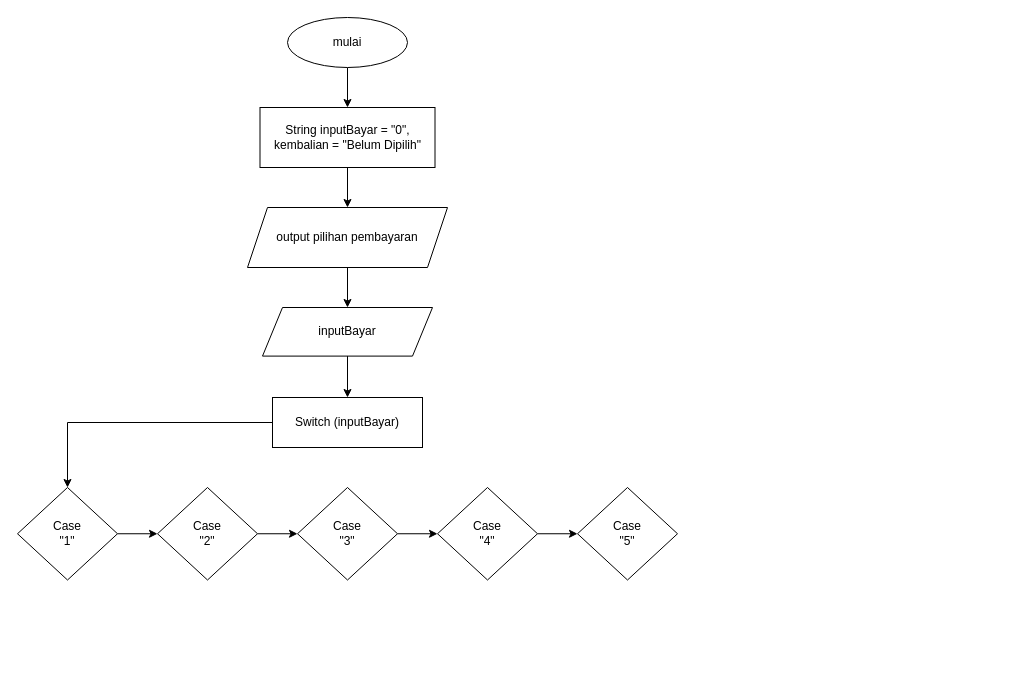
The draw.io diagram page "bayar" (4 of 4) of fiturBarang().drawio in Diaputr/tugas-besar, before the edit. Source tidied: cells renumbered, new cells numbered last; positions are measured from the earlier drawing's top-left corner, leaving out a move shared by most shapes. Both pictures are drawn from the tidied source at 100%, with x=0, y=0 at pixel (17, 17).
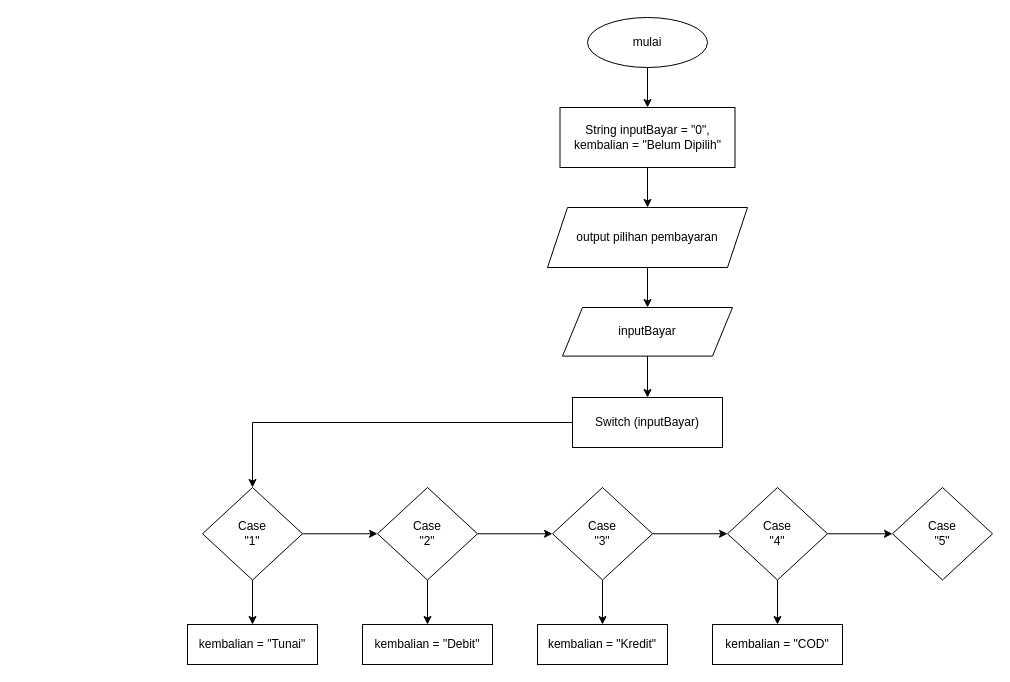
After the change.

The edit, as a diff of the source:
```diff
@@
     <mxCell id="3" value="mulai" style="ellipse;whiteSpace=wrap;html=1;" parent="1" vertex="1">
-      <mxGeometry x="270" width="120" height="50" as="geometry" />
+      <mxGeometry x="570" width="120" height="50" as="geometry" />
     </mxCell>
@@
     <mxCell id="5" value="String inputBayar = &quot;0&quot;, kembalian = &quot;Belum Dipilih&quot;&lt;br&gt;" style="whiteSpace=wrap;html=1;" parent="1" vertex="1">
-      <mxGeometry x="242.5" y="90" width="175" height="60" as="geometry" />
+      <mxGeometry x="542.5" y="90" width="175" height="60" as="geometry" />
     </mxCell>
@@
     <mxCell id="7" value="output pilihan pembayaran" style="shape=parallelogram;perimeter=parallelogramPerimeter;whiteSpace=wrap;html=1;fixedSize=1;" parent="1" vertex="1">
-      <mxGeometry x="230" y="190" width="200" height="60" as="geometry" />
+      <mxGeometry x="530" y="190" width="200" height="60" as="geometry" />
     </mxCell>
@@
     <mxCell id="9" value="inputBayar" style="shape=parallelogram;perimeter=parallelogramPerimeter;whiteSpace=wrap;html=1;fixedSize=1;" parent="1" vertex="1">
-      <mxGeometry x="245" y="290" width="170" height="48.6" as="geometry" />
+      <mxGeometry x="545" y="290" width="170" height="48.6" as="geometry" />
     </mxCell>
@@
     <mxCell id="11" value="Switch (inputBayar)" style="whiteSpace=wrap;html=1;" parent="1" vertex="1">
-      <mxGeometry x="255" y="380" width="150" height="50" as="geometry" />
+      <mxGeometry x="555" y="380" width="150" height="50" as="geometry" />
     </mxCell>
@@
+    <mxCell id="21" style="edgeStyle=orthogonalEdgeStyle;rounded=0;jettySize=auto;html=1;" parent="1" edge="1" source="13" target="25">
+      <mxGeometry relative="1" as="geometry" />
+    </mxCell>
     <mxCell id="13" value="Case&lt;br&gt;&quot;1&quot;" style="rhombus;whiteSpace=wrap;html=1;" parent="1" vertex="1">
-      <mxGeometry y="470" width="100" height="92.5" as="geometry" />
+      <mxGeometry x="185" y="470" width="100" height="92.5" as="geometry" />
     </mxCell>
@@
+    <mxCell id="22" style="edgeStyle=orthogonalEdgeStyle;rounded=0;jettySize=auto;html=1;exitX=0.5;exitY=1;exitDx=0;exitDy=0;entryX=0.5;entryY=0;entryDx=0;entryDy=0;" parent="1" edge="1" source="15" target="26">
+      <mxGeometry relative="1" as="geometry" />
+    </mxCell>
     <mxCell id="15" value="Case&lt;br&gt;&quot;2&quot;" style="rhombus;whiteSpace=wrap;html=1;" parent="1" vertex="1">
-      <mxGeometry x="140" y="470" width="100" height="92.5" as="geometry" />
+      <mxGeometry x="360" y="470" width="100" height="92.5" as="geometry" />
     </mxCell>
@@
+    <mxCell id="23" style="edgeStyle=orthogonalEdgeStyle;rounded=0;jettySize=auto;html=1;exitX=0.5;exitY=1;exitDx=0;exitDy=0;entryX=0.5;entryY=0;entryDx=0;entryDy=0;" parent="1" edge="1" source="17" target="27">
+      <mxGeometry relative="1" as="geometry" />
+    </mxCell>
     <mxCell id="17" value="Case&lt;br&gt;&quot;3&quot;" style="rhombus;whiteSpace=wrap;html=1;" parent="1" vertex="1">
-      <mxGeometry x="280" y="470" width="100" height="92.5" as="geometry" />
+      <mxGeometry x="535" y="470" width="100" height="92.5" as="geometry" />
     </mxCell>
@@
+    <mxCell id="24" style="edgeStyle=orthogonalEdgeStyle;rounded=0;jettySize=auto;html=1;exitX=0.5;exitY=1;exitDx=0;exitDy=0;entryX=0.5;entryY=0;entryDx=0;entryDy=0;" parent="1" edge="1" source="19" target="28">
+      <mxGeometry relative="1" as="geometry" />
+    </mxCell>
     <mxCell id="19" value="Case&lt;br&gt;&quot;4&quot;" style="rhombus;whiteSpace=wrap;html=1;" parent="1" vertex="1">
-      <mxGeometry x="420" y="470" width="100" height="92.5" as="geometry" />
+      <mxGeometry x="710" y="470" width="100" height="92.5" as="geometry" />
     </mxCell>
     <mxCell id="20" value="Case&lt;br&gt;&quot;5&quot;" style="rhombus;whiteSpace=wrap;html=1;" parent="1" vertex="1">
-      <mxGeometry x="560" y="470" width="100" height="92.5" as="geometry" />
+      <mxGeometry x="875" y="470" width="100" height="92.5" as="geometry" />
     </mxCell>
+    <mxCell id="25" value="kembalian = &quot;Tunai&quot;" style="whiteSpace=wrap;html=1;" parent="1" vertex="1">
+      <mxGeometry x="170" y="607" width="130" height="40" as="geometry" />
+    </mxCell>
+    <mxCell id="26" value="kembalian = &quot;Debit&quot;" style="whiteSpace=wrap;html=1;" parent="1" vertex="1">
+      <mxGeometry x="345" y="607" width="130" height="40" as="geometry" />
+    </mxCell>
+    <mxCell id="27" value="kembalian = &quot;Kredit&quot;" style="whiteSpace=wrap;html=1;" parent="1" vertex="1">
+      <mxGeometry x="520" y="607" width="130" height="40" as="geometry" />
+    </mxCell>
+    <mxCell id="28" value="kembalian = &quot;COD&quot;" style="whiteSpace=wrap;html=1;" parent="1" vertex="1">
+      <mxGeometry x="695" y="607" width="130" height="40" as="geometry" />
+    </mxCell>
```
